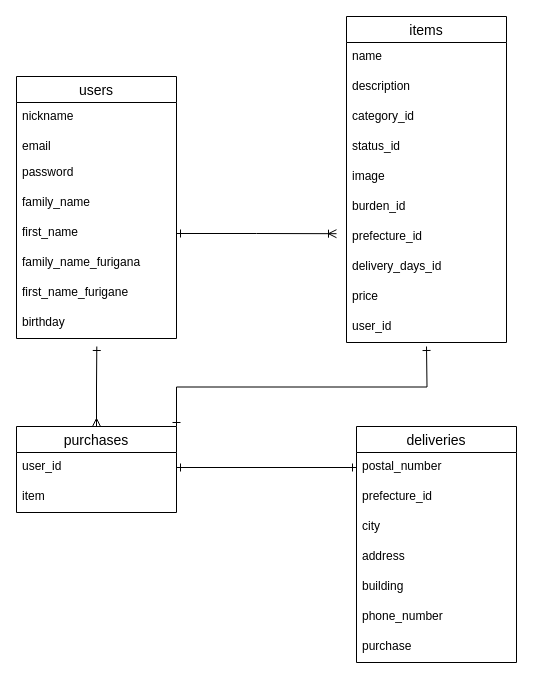
Before: entity.dio in ya-3mameo/furima-30433, a draw.io diagram. Source tidied: cells renumbered, new cells numbered last; positions are measured from the earlier drawing's top-left corner, leaving out a move shared by most shapes. Both pictures are drawn from the tidied source at 100%, with x=0, y=0 at pixel (16, 16).
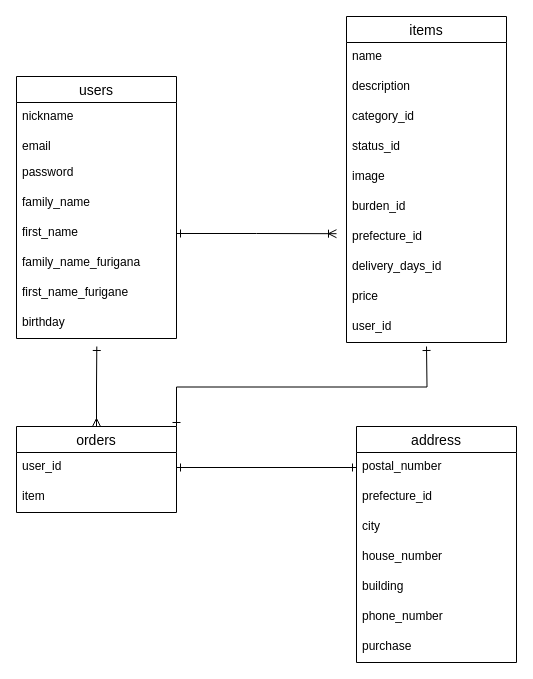
Above is the later version.

Commit message (it also covers changes not shown here):
DB設計を修正

The edit, as a diff of the source:
```diff
@@
-    <mxCell id="13" value="purchases" style="swimlane;fontStyle=0;horizontal=1;startSize=26;align=center;fontSize=14;" parent="1" vertex="1">
+    <mxCell id="13" value="orders" style="swimlane;fontStyle=0;horizontal=1;startSize=26;align=center;fontSize=14;" parent="1" vertex="1">
       <mxGeometry y="410" width="160" height="86" as="geometry" />
     </mxCell>
@@
-    <mxCell id="16" value="deliveries" style="swimlane;fontStyle=0;horizontal=1;startSize=26;align=center;fontSize=14;" parent="1" vertex="1">
+    <mxCell id="16" value="address" style="swimlane;fontStyle=0;horizontal=1;startSize=26;align=center;fontSize=14;" parent="1" vertex="1">
       <mxGeometry x="340" y="410" width="160" height="236" as="geometry" />
     </mxCell>
@@
-    <mxCell id="20" value="address" style="text;strokeColor=none;fillColor=none;spacingLeft=4;spacingRight=4;overflow=hidden;fontSize=12;" parent="16" vertex="1">
+    <mxCell id="20" value="house_number" style="text;strokeColor=none;fillColor=none;spacingLeft=4;spacingRight=4;overflow=hidden;fontSize=12;" parent="16" vertex="1">
       <mxGeometry y="116" width="160" height="30" as="geometry" />
     </mxCell>
```
